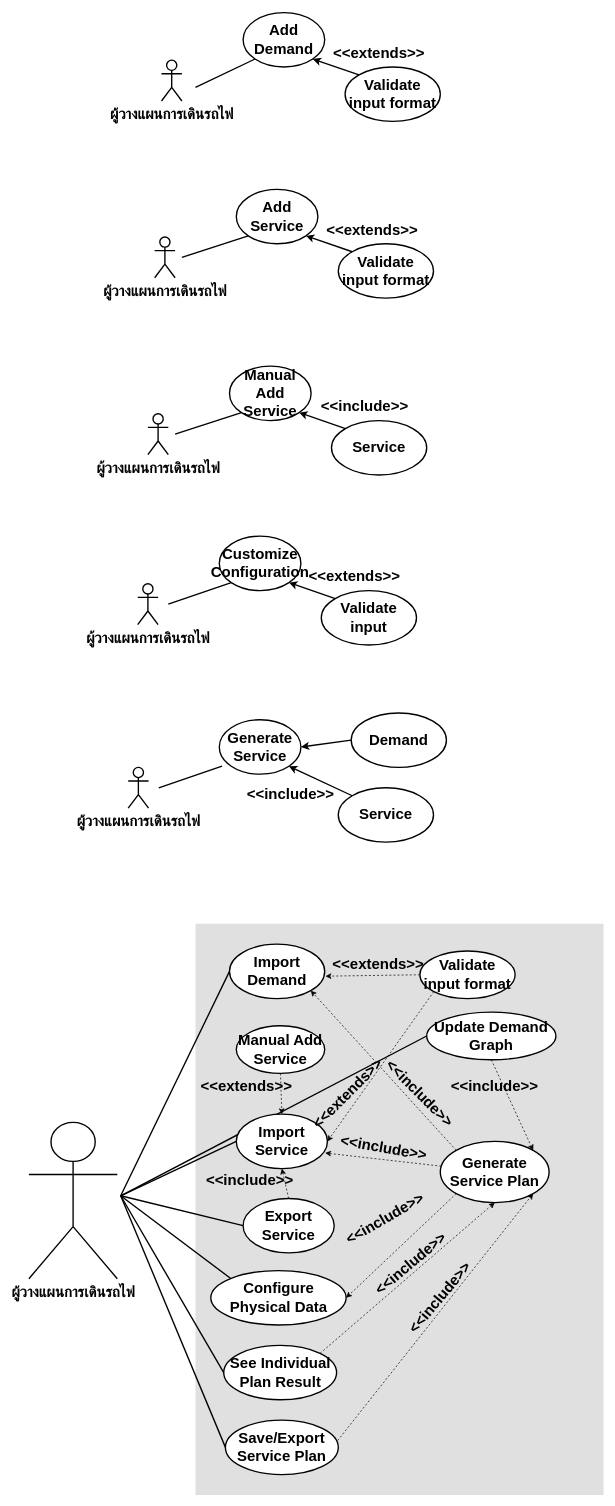
atchapcyp/service_plan_form keeps this draw.io diagram as Service_plan_form/Resources/UseCase1_add_demand.drawio. Above is the earlier version. Source tidied: cells renumbered, new cells numbered last; positions are measured from the earlier drawing's top-left corner, leaving out a move shared by most shapes. Both pictures are drawn from the tidied source at 68%, with x=0, y=0 at pixel (29, 12).
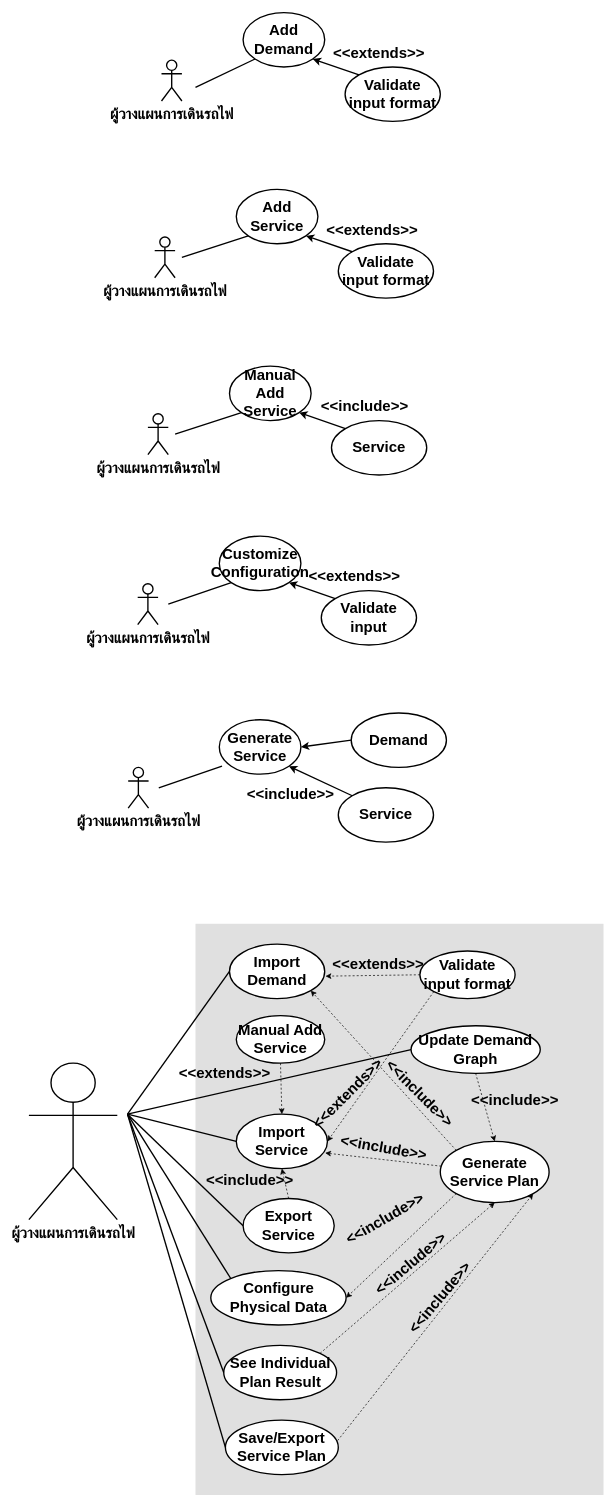
The same page after the edit.

The change refers to these unchanged cells:
```xml
<mxCell id="36" value="Import Demand" style="ellipse;whiteSpace=wrap;html=1;strokeWidth=2;fontFamily=TH Sarabun New;fontSize=22;fontStyle=1;" parent="1" vertex="1">
  <mxGeometry x="295" y="1370" width="140" height="80" as="geometry" />
</mxCell>
<mxCell id="37" value="Import Service" style="ellipse;whiteSpace=wrap;html=1;strokeWidth=2;fontFamily=TH Sarabun New;fontSize=22;fontStyle=1;" parent="1" vertex="1">
  <mxGeometry x="305" y="1620" width="134" height="80" as="geometry" />
</mxCell>
<mxCell id="46" value="Configure Physical Data" style="ellipse;whiteSpace=wrap;html=1;strokeWidth=2;fontFamily=TH Sarabun New;fontSize=22;fontStyle=1;" parent="1" vertex="1">
  <mxGeometry x="267.5" y="1850" width="199" height="80" as="geometry" />
</mxCell>
<mxCell id="48" value="Generate Service Plan" style="ellipse;whiteSpace=wrap;html=1;strokeWidth=2;fontFamily=TH Sarabun New;fontSize=22;fontStyle=1;" parent="1" vertex="1">
  <mxGeometry x="605" y="1660" width="160" height="90" as="geometry" />
</mxCell>
<mxCell id="59" value="See Individual Plan Result" style="ellipse;whiteSpace=wrap;html=1;strokeWidth=2;fontFamily=TH Sarabun New;fontSize=22;fontStyle=1;" parent="1" vertex="1">
  <mxGeometry x="286.5" y="1960" width="166" height="80" as="geometry" />
</mxCell>
<mxCell id="65" value="Save/Export &lt;br&gt;Service Plan" style="ellipse;whiteSpace=wrap;html=1;strokeWidth=2;fontFamily=TH Sarabun New;fontSize=22;fontStyle=1;" parent="1" vertex="1">
  <mxGeometry x="289" y="2070" width="166" height="80" as="geometry" />
</mxCell>
<mxCell id="69" value="Export Service" style="ellipse;whiteSpace=wrap;html=1;strokeWidth=2;fontFamily=TH Sarabun New;fontSize=22;fontStyle=1;" parent="1" vertex="1">
  <mxGeometry x="315" y="1744" width="134" height="80" as="geometry" />
</mxCell>
```

What changed in the source:
```diff
@@
     <mxCell id="3" style="endArrow=none;html=1;strokeWidth=2;fontFamily=TH Sarabun New;fontSize=23;entryX=0;entryY=0.5;entryDx=0;entryDy=0;" parent="1" edge="1" target="58">
       <mxGeometry relative="1" as="geometry">
-        <mxPoint x="135" y="1740" as="sourcePoint" />
+        <mxPoint x="145" y="1620" as="sourcePoint" />
       </mxGeometry>
     </mxCell>
@@
     <mxCell id="39" value="ผู้วางแผนการเดินรถไฟ" style="shape=umlActor;verticalLabelPosition=bottom;labelBackgroundColor=#ffffff;verticalAlign=top;html=1;strokeWidth=2;fontFamily=TH Sarabun New;fontSize=22;fontStyle=1;" parent="1" vertex="1">
-      <mxGeometry y="1632" width="130" height="230" as="geometry" />
+      <mxGeometry y="1545" width="130" height="230" as="geometry" />
     </mxCell>
     <mxCell id="40" style="endArrow=none;html=1;strokeWidth=2;fontFamily=TH Sarabun New;fontSize=23;entryX=0;entryY=0.5;entryDx=0;entryDy=0;" parent="1" edge="1" target="36">
       <mxGeometry relative="1" as="geometry">
-        <mxPoint x="135" y="1740" as="sourcePoint" />
+        <mxPoint x="145" y="1620" as="sourcePoint" />
       </mxGeometry>
     </mxCell>
     <mxCell id="41" style="endArrow=none;html=1;strokeWidth=2;fontFamily=TH Sarabun New;fontSize=23;entryX=0;entryY=0.5;entryDx=0;entryDy=0;" parent="1" edge="1" target="37">
       <mxGeometry relative="1" as="geometry">
-        <mxPoint x="135" y="1740" as="sourcePoint" />
+        <mxPoint x="145" y="1620" as="sourcePoint" />
       </mxGeometry>
     </mxCell>
@@
     <mxCell id="44" value="Manual Add Service" style="ellipse;whiteSpace=wrap;html=1;strokeWidth=2;fontFamily=TH Sarabun New;fontSize=22;fontStyle=1;" parent="1" vertex="1">
-      <mxGeometry x="305" y="1490" width="130" height="70" as="geometry" />
+      <mxGeometry x="305" y="1475" width="130" height="70" as="geometry" />
     </mxCell>
@@
     <mxCell id="47" style="endArrow=none;html=1;strokeWidth=2;fontFamily=TH Sarabun New;fontSize=23;entryX=0;entryY=0;entryDx=0;entryDy=0;" parent="1" edge="1" target="46">
       <mxGeometry relative="1" as="geometry">
-        <mxPoint x="135" y="1740" as="sourcePoint" />
+        <mxPoint x="145" y="1620" as="sourcePoint" />
       </mxGeometry>
     </mxCell>
@@
     <mxCell id="54" value="&amp;lt;&amp;lt;extends&amp;gt;&amp;gt;" style="text;html=1;strokeColor=none;fillColor=none;align=center;verticalAlign=middle;whiteSpace=wrap;rounded=0;strokeWidth=2;fontFamily=TH Sarabun New;fontSize=22;fontStyle=1;" parent="1" vertex="1">
-      <mxGeometry x="300" y="1570" width="40" height="20" as="geometry" />
+      <mxGeometry x="267.5" y="1550" width="40" height="20" as="geometry" />
     </mxCell>
@@
     <mxCell id="58" value="Update Demand Graph" style="ellipse;whiteSpace=wrap;html=1;strokeWidth=2;fontFamily=TH Sarabun New;fontSize=22;fontStyle=1;" parent="1" vertex="1">
-      <mxGeometry x="585" y="1470" width="190" height="70" as="geometry" />
+      <mxGeometry x="562" y="1490" width="190" height="70" as="geometry" />
     </mxCell>
@@
     <mxCell id="60" style="endArrow=none;html=1;strokeWidth=2;fontFamily=TH Sarabun New;fontSize=23;entryX=0;entryY=0.5;entryDx=0;entryDy=0;" parent="1" edge="1" target="59">
       <mxGeometry relative="1" as="geometry">
-        <mxPoint x="135" y="1740" as="sourcePoint" />
+        <mxPoint x="145" y="1620" as="sourcePoint" />
       </mxGeometry>
     </mxCell>
@@
-    <mxCell id="63" style="endArrow=classic;html=1;dashed=1;entryX=1;entryY=0;entryDx=0;entryDy=0;exitX=0.5;exitY=1;exitDx=0;exitDy=0;" parent="1" edge="1" source="58" target="48">
+    <mxCell id="63" style="endArrow=classic;html=1;dashed=1;entryX=0.5;entryY=0;entryDx=0;entryDy=0;exitX=0.5;exitY=1;exitDx=0;exitDy=0;" parent="1" edge="1" source="58" target="48">
       <mxGeometry relative="1" as="geometry" />
     </mxCell>
     <mxCell id="64" value="&amp;lt;&amp;lt;include&amp;gt;&amp;gt;" style="text;html=1;strokeColor=none;fillColor=none;align=center;verticalAlign=middle;whiteSpace=wrap;rounded=0;strokeWidth=2;fontFamily=TH Sarabun New;fontSize=22;fontStyle=1;rotation=0;" parent="1" vertex="1">
-      <mxGeometry x="665" y="1570" width="40" height="20" as="geometry" />
+      <mxGeometry x="695" y="1590" width="40" height="20" as="geometry" />
     </mxCell>
@@
     <mxCell id="66" style="endArrow=none;html=1;strokeWidth=2;fontFamily=TH Sarabun New;fontSize=23;entryX=0;entryY=0.5;entryDx=0;entryDy=0;" parent="1" edge="1" target="65">
       <mxGeometry relative="1" as="geometry">
-        <mxPoint x="135" y="1740" as="sourcePoint" />
+        <mxPoint x="145" y="1620" as="sourcePoint" />
       </mxGeometry>
     </mxCell>
@@
     <mxCell id="72" style="endArrow=none;html=1;strokeWidth=2;fontFamily=TH Sarabun New;fontSize=23;entryX=0;entryY=0.5;entryDx=0;entryDy=0;" parent="1" edge="1" target="69">
       <mxGeometry relative="1" as="geometry">
-        <mxPoint x="135" y="1740" as="sourcePoint" />
+        <mxPoint x="145" y="1620" as="sourcePoint" />
       </mxGeometry>
     </mxCell>
```
